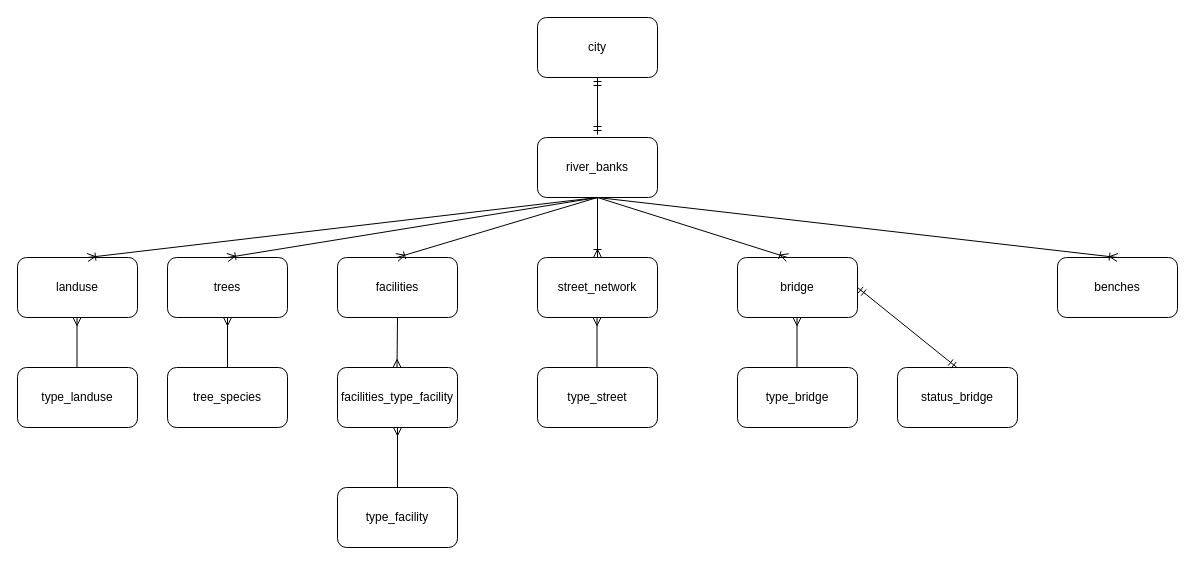
Earlier version of the draw.io diagram Abstract.drawio (2203-tania/exam_semII). Source tidied: cells renumbered, new cells numbered last; positions are measured from the earlier drawing's top-left corner, leaving out a move shared by most shapes. Both pictures are drawn from the tidied source at 100%, with x=0, y=0 at pixel (17, 17).
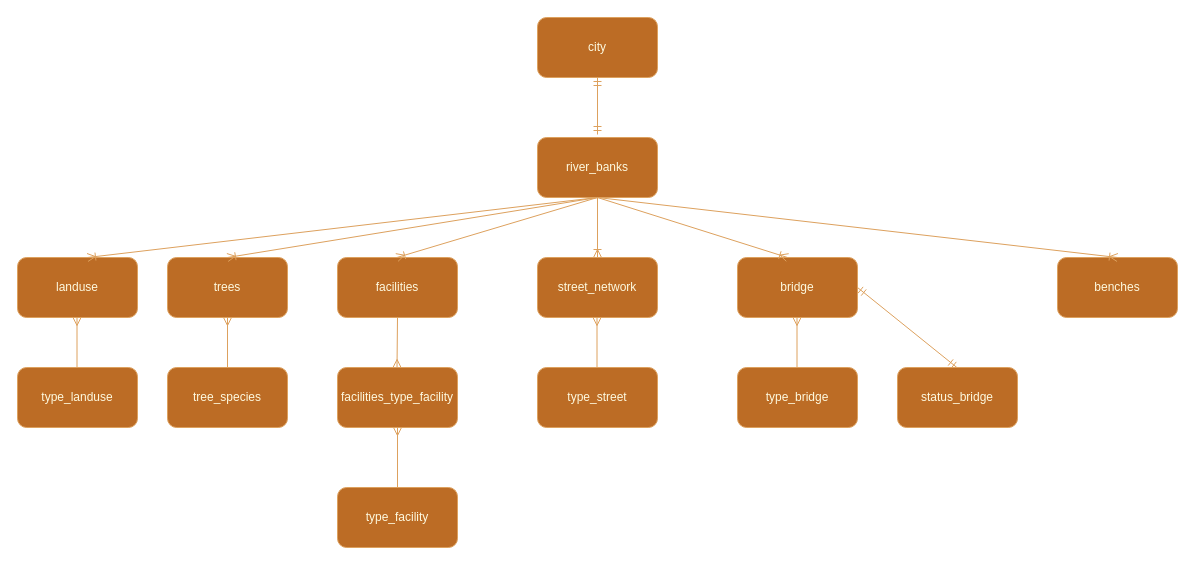
Above is the later version.

Change to the diagram source:
```diff
@@
-<mxGraphModel>
+<mxGraphModel background="light-dark(#FFFFFF,#FFFFFF)">
@@
-    <mxCell id="2" value="city" style="rounded=1;whiteSpace=wrap;html=1;" parent="1" vertex="1">
+    <mxCell id="2" value="city" style="rounded=1;whiteSpace=wrap;html=1;labelBackgroundColor=none;fillColor=#BC6C25;strokeColor=#DDA15E;fontColor=#FEFAE0;" parent="1" vertex="1">
       <mxGeometry x="520" width="120" height="60" as="geometry" />
     </mxCell>
-    <mxCell id="3" value="river_banks" style="rounded=1;whiteSpace=wrap;html=1;" parent="1" vertex="1">
+    <mxCell id="3" value="river_banks" style="rounded=1;whiteSpace=wrap;html=1;labelBackgroundColor=none;fillColor=#BC6C25;strokeColor=#DDA15E;fontColor=#FEFAE0;" parent="1" vertex="1">
       <mxGeometry x="520" y="120" width="120" height="60" as="geometry" />
     </mxCell>
-    <mxCell id="4" value="street_network" style="rounded=1;whiteSpace=wrap;html=1;" parent="1" vertex="1">
+    <mxCell id="4" value="street_network" style="rounded=1;whiteSpace=wrap;html=1;labelBackgroundColor=none;fillColor=#BC6C25;strokeColor=#DDA15E;fontColor=#FEFAE0;" parent="1" vertex="1">
       <mxGeometry x="520" y="240" width="120" height="60" as="geometry" />
     </mxCell>
-    <mxCell id="5" value="type_street" style="rounded=1;whiteSpace=wrap;html=1;" parent="1" vertex="1">
+    <mxCell id="5" value="type_street" style="rounded=1;whiteSpace=wrap;html=1;labelBackgroundColor=none;fillColor=#BC6C25;strokeColor=#DDA15E;fontColor=#FEFAE0;" parent="1" vertex="1">
       <mxGeometry x="520" y="350" width="120" height="60" as="geometry" />
     </mxCell>
-    <mxCell id="6" value="bridge" style="rounded=1;whiteSpace=wrap;html=1;" parent="1" vertex="1">
+    <mxCell id="6" value="bridge" style="rounded=1;whiteSpace=wrap;html=1;labelBackgroundColor=none;fillColor=#BC6C25;strokeColor=#DDA15E;fontColor=#FEFAE0;" parent="1" vertex="1">
       <mxGeometry x="720" y="240" width="120" height="60" as="geometry" />
     </mxCell>
-    <mxCell id="7" value="type_bridge" style="rounded=1;whiteSpace=wrap;html=1;" parent="1" vertex="1">
+    <mxCell id="7" value="type_bridge" style="rounded=1;whiteSpace=wrap;html=1;labelBackgroundColor=none;fillColor=#BC6C25;strokeColor=#DDA15E;fontColor=#FEFAE0;" parent="1" vertex="1">
       <mxGeometry x="720" y="350" width="120" height="60" as="geometry" />
     </mxCell>
-    <mxCell id="8" value="facilities" style="rounded=1;whiteSpace=wrap;html=1;" parent="1" vertex="1">
+    <mxCell id="8" value="facilities" style="rounded=1;whiteSpace=wrap;html=1;labelBackgroundColor=none;fillColor=#BC6C25;strokeColor=#DDA15E;fontColor=#FEFAE0;" parent="1" vertex="1">
       <mxGeometry x="320" y="240" width="120" height="60" as="geometry" />
     </mxCell>
-    <mxCell id="9" value="type_facility" style="rounded=1;whiteSpace=wrap;html=1;" parent="1" vertex="1">
+    <mxCell id="9" value="type_facility" style="rounded=1;whiteSpace=wrap;html=1;labelBackgroundColor=none;fillColor=#BC6C25;strokeColor=#DDA15E;fontColor=#FEFAE0;" parent="1" vertex="1">
       <mxGeometry x="320" y="470" width="120" height="60" as="geometry" />
     </mxCell>
-    <mxCell id="10" value="trees" style="rounded=1;whiteSpace=wrap;html=1;" parent="1" vertex="1">
+    <mxCell id="10" value="trees" style="rounded=1;whiteSpace=wrap;html=1;labelBackgroundColor=none;fillColor=#BC6C25;strokeColor=#DDA15E;fontColor=#FEFAE0;" parent="1" vertex="1">
       <mxGeometry x="150" y="240" width="120" height="60" as="geometry" />
     </mxCell>
-    <mxCell id="11" value="tree_species" style="rounded=1;whiteSpace=wrap;html=1;" parent="1" vertex="1">
+    <mxCell id="11" value="tree_species" style="rounded=1;whiteSpace=wrap;html=1;labelBackgroundColor=none;fillColor=#BC6C25;strokeColor=#DDA15E;fontColor=#FEFAE0;" parent="1" vertex="1">
       <mxGeometry x="150" y="350" width="120" height="60" as="geometry" />
     </mxCell>
-    <mxCell id="12" value="status_bridge" style="rounded=1;whiteSpace=wrap;html=1;" parent="1" vertex="1">
+    <mxCell id="12" value="status_bridge" style="rounded=1;whiteSpace=wrap;html=1;labelBackgroundColor=none;fillColor=#BC6C25;strokeColor=#DDA15E;fontColor=#FEFAE0;" parent="1" vertex="1">
       <mxGeometry x="880" y="350" width="120" height="60" as="geometry" />
     </mxCell>
-    <mxCell id="13" value="landuse" style="rounded=1;whiteSpace=wrap;html=1;" parent="1" vertex="1">
+    <mxCell id="13" value="landuse" style="rounded=1;whiteSpace=wrap;html=1;labelBackgroundColor=none;fillColor=#BC6C25;strokeColor=#DDA15E;fontColor=#FEFAE0;" parent="1" vertex="1">
       <mxGeometry y="240" width="120" height="60" as="geometry" />
     </mxCell>
-    <mxCell id="14" value="type_landuse" style="rounded=1;whiteSpace=wrap;html=1;" parent="1" vertex="1">
+    <mxCell id="14" value="type_landuse" style="rounded=1;whiteSpace=wrap;html=1;labelBackgroundColor=none;fillColor=#BC6C25;strokeColor=#DDA15E;fontColor=#FEFAE0;" parent="1" vertex="1">
       <mxGeometry y="350" width="120" height="60" as="geometry" />
     </mxCell>
-    <mxCell id="15" value="benches" style="rounded=1;whiteSpace=wrap;html=1;" parent="1" vertex="1">
+    <mxCell id="15" value="benches" style="rounded=1;whiteSpace=wrap;html=1;labelBackgroundColor=none;fillColor=#BC6C25;strokeColor=#DDA15E;fontColor=#FEFAE0;" parent="1" vertex="1">
       <mxGeometry x="1040" y="240" width="120" height="60" as="geometry" />
     </mxCell>
-    <mxCell id="16" style="fontSize=12;html=1;endArrow=ERmandOne;startArrow=ERmandOne;rounded=0;exitX=0.5;exitY=1;exitDx=0;exitDy=0;" parent="1" edge="1" source="2">
+    <mxCell id="16" style="fontSize=12;html=1;endArrow=ERmandOne;startArrow=ERmandOne;rounded=0;exitX=0.5;exitY=1;exitDx=0;exitDy=0;labelBackgroundColor=none;strokeColor=#DDA15E;fontColor=default;" parent="1" edge="1" source="2">
       <mxGeometry relative="1" as="geometry">
         <mxPoint x="580" y="117" as="targetPoint" />
       </mxGeometry>
     </mxCell>
-    <mxCell id="17" style="fontSize=12;html=1;endArrow=ERoneToMany;rounded=0;entryX=0.5;entryY=0;entryDx=0;entryDy=0;exitX=0.5;exitY=1;exitDx=0;exitDy=0;" parent="1" edge="1" source="3" target="4">
+    <mxCell id="17" style="fontSize=12;html=1;endArrow=ERoneToMany;rounded=0;entryX=0.5;entryY=0;entryDx=0;entryDy=0;exitX=0.5;exitY=1;exitDx=0;exitDy=0;labelBackgroundColor=none;strokeColor=#DDA15E;fontColor=default;" parent="1" edge="1" source="3" target="4">
       <mxGeometry relative="1" as="geometry" />
     </mxCell>
-    <mxCell id="18" style="fontSize=12;html=1;endArrow=ERoneToMany;rounded=0;entryX=0.5;entryY=0;entryDx=0;entryDy=0;exitX=0.5;exitY=1;exitDx=0;exitDy=0;" parent="1" edge="1" source="3">
+    <mxCell id="18" style="fontSize=12;html=1;endArrow=ERoneToMany;rounded=0;entryX=0.5;entryY=0;entryDx=0;entryDy=0;exitX=0.5;exitY=1;exitDx=0;exitDy=0;labelBackgroundColor=none;strokeColor=#DDA15E;fontColor=default;" parent="1" edge="1" source="3">
       <mxGeometry relative="1" as="geometry">
         <mxPoint x="379.4" y="240" as="targetPoint" />
       </mxGeometry>
     </mxCell>
-    <mxCell id="19" style="fontSize=12;html=1;endArrow=ERoneToMany;rounded=0;entryX=0.5;entryY=0;entryDx=0;entryDy=0;" parent="1" edge="1">
+    <mxCell id="19" style="fontSize=12;html=1;endArrow=ERoneToMany;rounded=0;entryX=0.5;entryY=0;entryDx=0;entryDy=0;labelBackgroundColor=none;strokeColor=#DDA15E;fontColor=default;" parent="1" edge="1">
       <mxGeometry relative="1" as="geometry">
         <mxPoint x="580" y="180" as="sourcePoint" />
         <mxPoint x="770" y="240" as="targetPoint" />
       </mxGeometry>
     </mxCell>
-    <mxCell id="20" style="fontSize=12;html=1;endArrow=ERoneToMany;rounded=0;entryX=0.5;entryY=0;entryDx=0;entryDy=0;" parent="1" edge="1" target="15">
+    <mxCell id="20" style="fontSize=12;html=1;endArrow=ERoneToMany;rounded=0;entryX=0.5;entryY=0;entryDx=0;entryDy=0;labelBackgroundColor=none;strokeColor=#DDA15E;fontColor=default;" parent="1" edge="1" target="15">
       <mxGeometry relative="1" as="geometry">
         <mxPoint x="580" y="180" as="sourcePoint" />
       </mxGeometry>
     </mxCell>
-    <mxCell id="21" style="fontSize=12;html=1;endArrow=ERoneToMany;rounded=0;entryX=0.5;entryY=0;entryDx=0;entryDy=0;exitX=0.5;exitY=1;exitDx=0;exitDy=0;" parent="1" edge="1" source="3">
+    <mxCell id="21" style="fontSize=12;html=1;endArrow=ERoneToMany;rounded=0;entryX=0.5;entryY=0;entryDx=0;entryDy=0;exitX=0.5;exitY=1;exitDx=0;exitDy=0;labelBackgroundColor=none;strokeColor=#DDA15E;fontColor=default;" parent="1" edge="1" source="3">
       <mxGeometry relative="1" as="geometry">
         <mxPoint x="210" y="240" as="targetPoint" />
       </mxGeometry>
     </mxCell>
-    <mxCell id="22" style="fontSize=12;html=1;endArrow=ERoneToMany;rounded=0;entryX=0.5;entryY=0;entryDx=0;entryDy=0;" parent="1" edge="1">
+    <mxCell id="22" style="fontSize=12;html=1;endArrow=ERoneToMany;rounded=0;entryX=0.5;entryY=0;entryDx=0;entryDy=0;labelBackgroundColor=none;strokeColor=#DDA15E;fontColor=default;" parent="1" edge="1">
       <mxGeometry relative="1" as="geometry">
         <mxPoint x="580" y="180" as="sourcePoint" />
         <mxPoint x="70" y="240" as="targetPoint" />
       </mxGeometry>
     </mxCell>
-    <mxCell id="23" style="fontSize=12;html=1;endArrow=ERmany;rounded=0;entryX=0.5;entryY=1;entryDx=0;entryDy=0;" parent="1" edge="1" target="10">
+    <mxCell id="23" style="fontSize=12;html=1;endArrow=ERmany;rounded=0;entryX=0.5;entryY=1;entryDx=0;entryDy=0;labelBackgroundColor=none;strokeColor=#DDA15E;fontColor=default;" parent="1" edge="1" target="10">
       <mxGeometry relative="1" as="geometry">
         <mxPoint x="210" y="350" as="sourcePoint" />
       </mxGeometry>
     </mxCell>
-    <mxCell id="24" style="fontSize=12;html=1;endArrow=ERmany;rounded=0;entryX=0.5;entryY=1;entryDx=0;entryDy=0;" parent="1" edge="1">
+    <mxCell id="24" style="fontSize=12;html=1;endArrow=ERmany;rounded=0;entryX=0.5;entryY=1;entryDx=0;entryDy=0;labelBackgroundColor=none;strokeColor=#DDA15E;fontColor=default;" parent="1" edge="1">
       <mxGeometry relative="1" as="geometry">
         <mxPoint x="59.5" y="350" as="sourcePoint" />
         <mxPoint x="59.5" y="300" as="targetPoint" />
       </mxGeometry>
     </mxCell>
-    <mxCell id="25" style="fontSize=12;html=1;endArrow=ERmany;rounded=0;entryX=0.5;entryY=1;entryDx=0;entryDy=0;" parent="1" edge="1">
+    <mxCell id="25" style="fontSize=12;html=1;endArrow=ERmany;rounded=0;entryX=0.5;entryY=1;entryDx=0;entryDy=0;labelBackgroundColor=none;strokeColor=#DDA15E;fontColor=default;" parent="1" edge="1">
       <mxGeometry relative="1" as="geometry">
         <mxPoint x="579.5" y="350" as="sourcePoint" />
         <mxPoint x="579.5" y="300" as="targetPoint" />
       </mxGeometry>
     </mxCell>
-    <mxCell id="26" style="fontSize=12;html=1;endArrow=ERmany;rounded=0;entryX=0.5;entryY=1;entryDx=0;entryDy=0;" parent="1" edge="1">
+    <mxCell id="26" style="fontSize=12;html=1;endArrow=ERmany;rounded=0;entryX=0.5;entryY=1;entryDx=0;entryDy=0;labelBackgroundColor=none;strokeColor=#DDA15E;fontColor=default;" parent="1" edge="1">
       <mxGeometry relative="1" as="geometry">
         <mxPoint x="779.5" y="350" as="sourcePoint" />
         <mxPoint x="779.5" y="300" as="targetPoint" />
       </mxGeometry>
     </mxCell>
-    <mxCell id="27" style="fontSize=12;html=1;endArrow=ERmandOne;startArrow=ERmandOne;rounded=0;exitX=1;exitY=0.5;exitDx=0;exitDy=0;" parent="1" edge="1" source="6">
+    <mxCell id="27" style="fontSize=12;html=1;endArrow=ERmandOne;startArrow=ERmandOne;rounded=0;exitX=1;exitY=0.5;exitDx=0;exitDy=0;labelBackgroundColor=none;strokeColor=#DDA15E;fontColor=default;" parent="1" edge="1" source="6">
       <mxGeometry relative="1" as="geometry">
         <mxPoint x="939.4" y="350" as="targetPoint" />
       </mxGeometry>
     </mxCell>
-    <mxCell id="28" value="facilities_type_facility" style="rounded=1;whiteSpace=wrap;html=1;" parent="1" vertex="1">
+    <mxCell id="28" value="facilities_type_facility" style="rounded=1;whiteSpace=wrap;html=1;labelBackgroundColor=none;fillColor=#BC6C25;strokeColor=#DDA15E;fontColor=#FEFAE0;" parent="1" vertex="1">
       <mxGeometry x="320" y="350" width="120" height="60" as="geometry" />
     </mxCell>
-    <mxCell id="29" style="fontSize=12;html=1;endArrow=ERmany;rounded=0;entryX=0.5;entryY=1;entryDx=0;entryDy=0;exitX=0.5;exitY=1;exitDx=0;exitDy=0;" parent="1" edge="1" source="8">
+    <mxCell id="29" style="fontSize=12;html=1;endArrow=ERmany;rounded=0;entryX=0.5;entryY=1;entryDx=0;entryDy=0;exitX=0.5;exitY=1;exitDx=0;exitDy=0;labelBackgroundColor=none;strokeColor=#DDA15E;fontColor=default;" parent="1" edge="1" source="8">
       <mxGeometry relative="1" as="geometry">
         <mxPoint x="379.5" y="350" as="targetPoint" />
       </mxGeometry>
     </mxCell>
-    <mxCell id="30" style="fontSize=12;html=1;endArrow=ERmany;rounded=0;entryX=0.5;entryY=1;entryDx=0;entryDy=0;exitX=0.5;exitY=1;exitDx=0;exitDy=0;" parent="1" edge="1" target="28">
+    <mxCell id="30" style="fontSize=12;html=1;endArrow=ERmany;rounded=0;entryX=0.5;entryY=1;entryDx=0;entryDy=0;exitX=0.5;exitY=1;exitDx=0;exitDy=0;labelBackgroundColor=none;strokeColor=#DDA15E;fontColor=default;" parent="1" edge="1" target="28">
       <mxGeometry relative="1" as="geometry">
         <mxPoint x="380" y="470" as="sourcePoint" />
       </mxGeometry>
     </mxCell>
```
